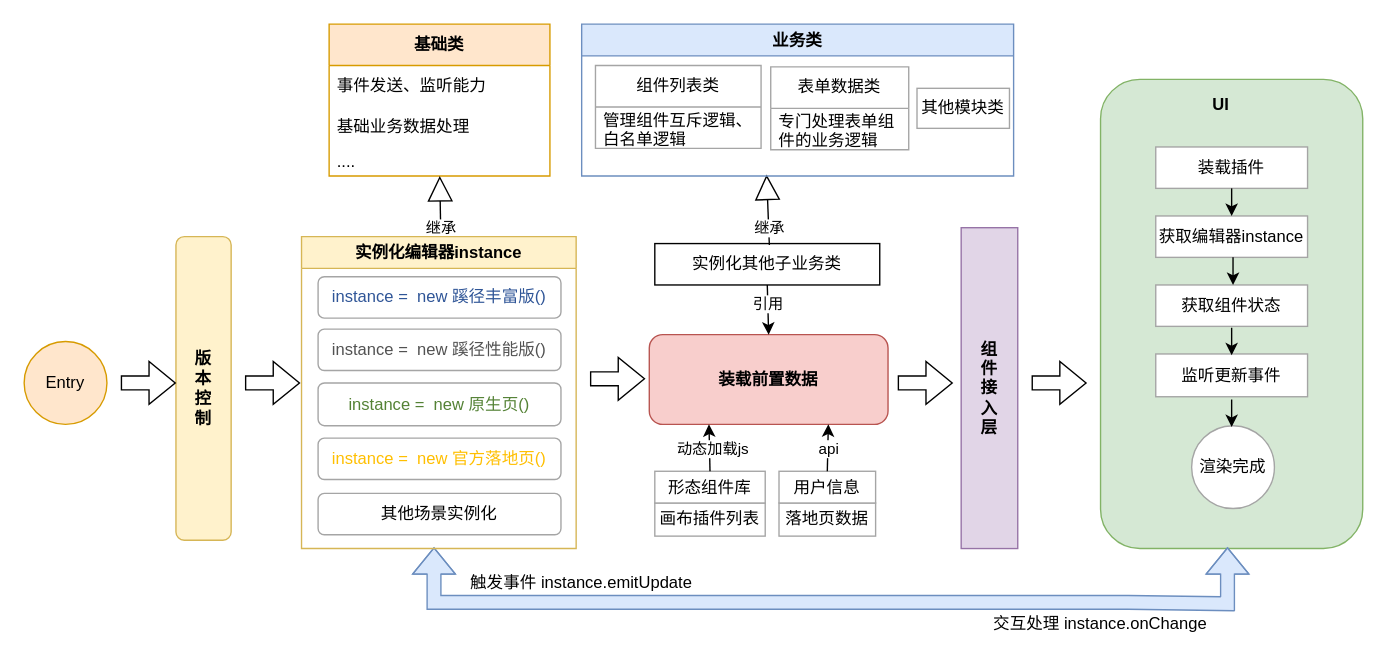
liusiran/drawgraph keeps this draw.io diagram as 未命名绘图.drawio. Above is the earlier version. Source tidied: cells renumbered, new cells numbered last; positions are measured from the earlier drawing's top-left corner, leaving out a move shared by most shapes. Both pictures are drawn from the tidied source at 138%, with x=0, y=0 at pixel (23, 23).
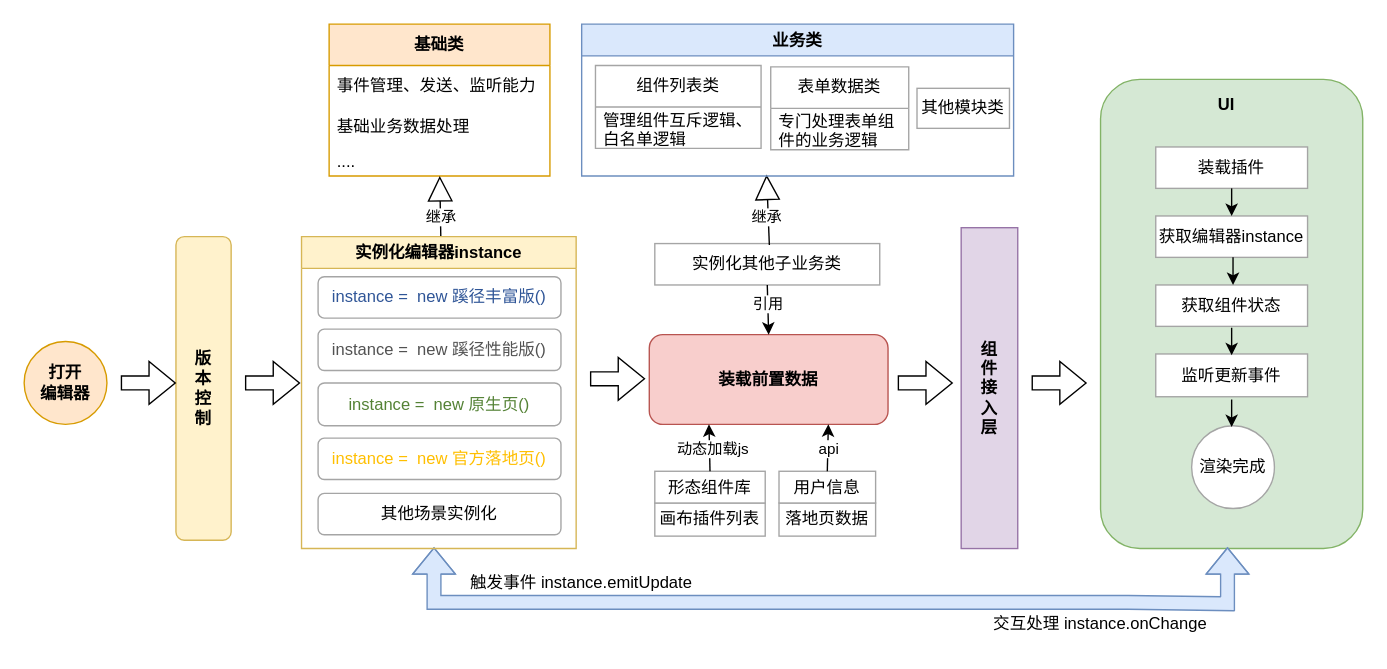
The same page after the edit.

Commit message (it also covers changes not shown here):
更新未命名绘图.drawio

Unchanged cells that the change refers to:
```xml
<mxCell id="9" value="基础类" style="swimlane;fontStyle=1;horizontal=1;startSize=30;whiteSpace=wrap;html=1;strokeColor=#d79b00;fillColor=#ffe6cc;" parent="1" vertex="1">
  <mxGeometry x="221" width="160" height="110" as="geometry" />
</mxCell>
<mxCell id="12" value="...." style="text;strokeColor=none;fillColor=none;align=left;verticalAlign=middle;spacingLeft=4;spacingRight=4;overflow=hidden;points=[[0,0.5],[1,0.5]];portConstraint=eastwest;whiteSpace=wrap;html=1;fontStyle=0;" parent="9" vertex="1">
  <mxGeometry y="90" width="160" height="20" as="geometry" />
</mxCell>
```

Diff of the diagram source:
```diff
@@
-    <mxCell id="2" value="Entry" style="ellipse;whiteSpace=wrap;html=1;fillColor=#ffe6cc;strokeColor=#d79b00;fontStyle=0;" parent="1" vertex="1">
+    <mxCell id="2" value="打开&lt;br&gt;编辑器" style="ellipse;whiteSpace=wrap;html=1;fillColor=#ffe6cc;strokeColor=#d79b00;fontStyle=1;" parent="1" vertex="1">
       <mxGeometry y="230" width="60" height="60" as="geometry" />
     </mxCell>
@@
-    <mxCell id="10" value="事件发送、监听能力" style="text;strokeColor=none;fillColor=none;align=left;verticalAlign=middle;spacingLeft=4;spacingRight=4;overflow=hidden;whiteSpace=wrap;html=1;fontStyle=0;" parent="9" vertex="1">
+    <mxCell id="10" value="事件管理、发送、监听能力" style="text;strokeColor=none;fillColor=none;align=left;verticalAlign=middle;spacingLeft=4;spacingRight=4;overflow=hidden;whiteSpace=wrap;html=1;fontStyle=0;" parent="9" vertex="1">
       <mxGeometry y="30" width="160" height="30" as="geometry" />
     </mxCell>
@@
     <mxCell id="13" value="继承" style="endArrow=block;endSize=16;endFill=0;html=1;rounded=0;exitX=0.5;exitY=0;exitDx=0;exitDy=0;fontStyle=0;" parent="1" edge="1" target="12">
-      <mxGeometry x="-0.55" relative="1" as="geometry">
+      <mxGeometry x="-0.22" relative="1" as="geometry">
         <mxPoint x="302" y="159" as="sourcePoint" />
       </mxGeometry>
     </mxCell>
@@
-    <mxCell id="20" value="实例化其他子业务类" style="rounded=0;whiteSpace=wrap;html=1;fontStyle=0;" parent="1" vertex="1">
+    <mxCell id="20" value="实例化其他子业务类" style="rounded=0;whiteSpace=wrap;html=1;fontStyle=0;strokeColor=#a5a5a5;" parent="1" vertex="1">
       <mxGeometry x="457" y="159" width="163" height="30" as="geometry" />
     </mxCell>
@@
     <mxCell id="26" value="UI" style="text;html=1;strokeColor=none;fillColor=none;align=center;verticalAlign=middle;whiteSpace=wrap;rounded=0;fontStyle=1;" parent="1" vertex="1">
-      <mxGeometry x="830" y="44" width="75" height="30" as="geometry" />
+      <mxGeometry x="834" y="44" width="75" height="30" as="geometry" />
     </mxCell>
@@
     <mxCell id="35" value="继承" style="endArrow=block;endSize=16;endFill=0;html=1;rounded=0;exitX=0.644;exitY=0.067;exitDx=0;exitDy=0;exitPerimeter=0;fontStyle=0;" parent="1" edge="1">
-      <mxGeometry x="-0.53" relative="1" as="geometry">
+      <mxGeometry x="-0.21" y="1" relative="1" as="geometry">
         <mxPoint x="540" y="160" as="sourcePoint" />
         <mxPoint x="538" y="109" as="targetPoint" />
       </mxGeometry>
     </mxCell>
```
